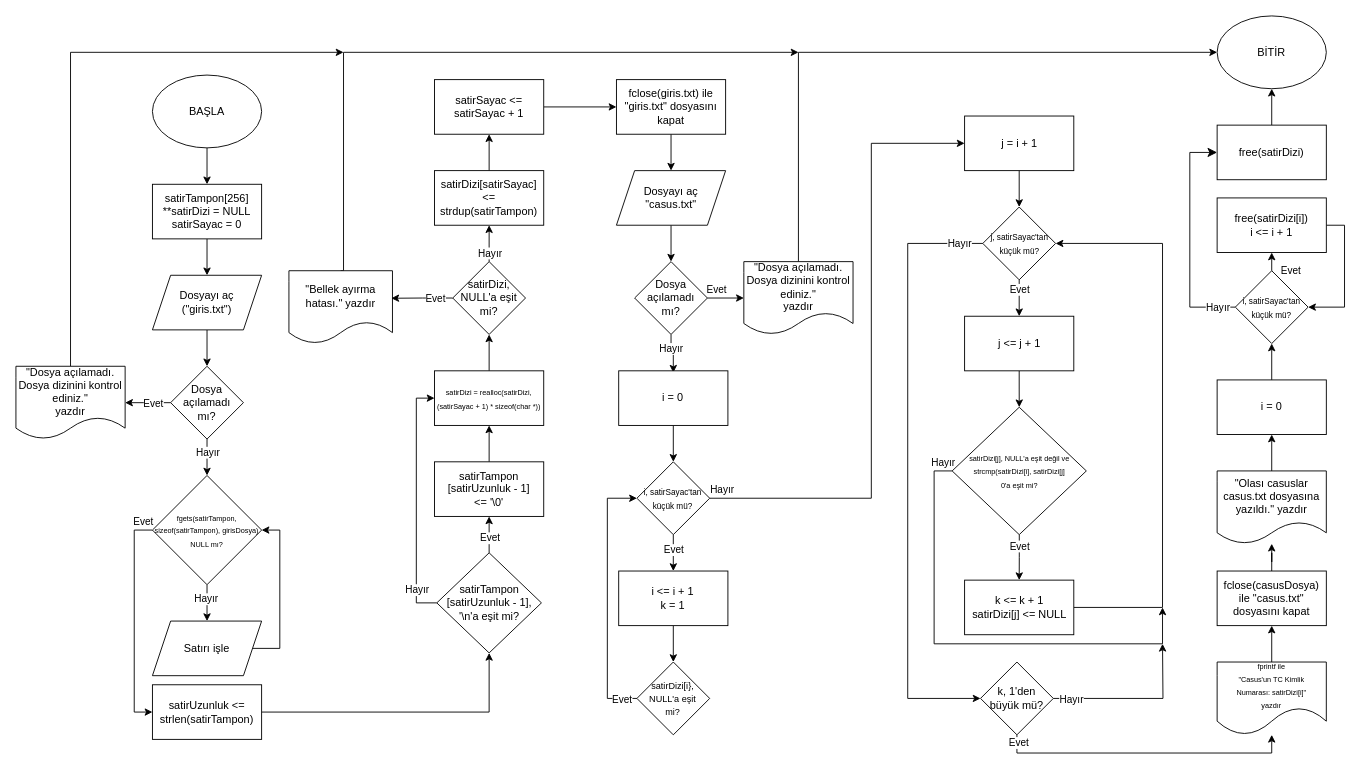
This is flowchart/projeflowchart.drawio from VoltrY/thebigcybersecurityproject, a draw.io file, before an edit. Source tidied: cells renumbered, new cells numbered last; positions are measured from the earlier drawing's top-left corner, leaving out a move shared by most shapes. Both pictures are drawn from the tidied source at 91%, with x=0, y=0 at pixel (15, 15).
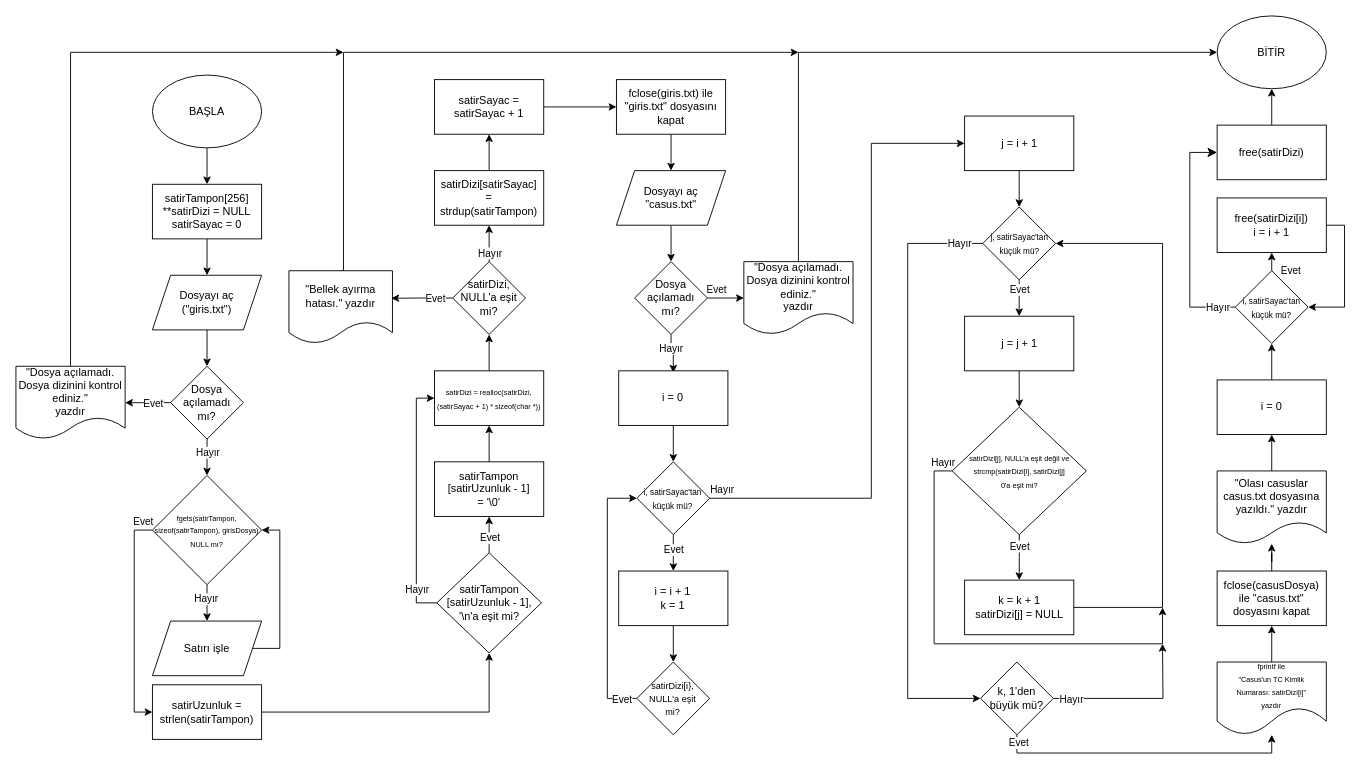
The same diagram, later.

The edit, as a diff of the source:
```diff
@@
-    <mxCell id="16" value="satirUzunluk &amp;lt;= strlen(satirTampon)" style="whiteSpace=wrap;html=1;rounded=0;" parent="1" vertex="1">
+    <mxCell id="16" value="satirUzunluk = strlen(satirTampon)" style="whiteSpace=wrap;html=1;rounded=0;" parent="1" vertex="1">
       <mxGeometry x="150" y="735" width="120" height="60" as="geometry" />
     </mxCell>
@@
-    <mxCell id="23" value="&lt;div&gt;satirTampon&lt;/div&gt;&lt;div&gt;[satirUzunluk - 1]&lt;/div&gt;&lt;div&gt;&amp;lt;= '\0'&lt;/div&gt;" style="whiteSpace=wrap;html=1;rounded=0;" parent="1" vertex="1">
+    <mxCell id="23" value="&lt;div&gt;satirTampon&lt;/div&gt;&lt;div&gt;[satirUzunluk - 1]&lt;/div&gt;&lt;div&gt;&lt;span class=&quot;mw-page-title-main&quot;&gt;&lt;font style=&quot;font-size: 12px;&quot;&gt;= &lt;/font&gt;&lt;/span&gt;'\0'&lt;/div&gt;" style="whiteSpace=wrap;html=1;rounded=0;" parent="1" vertex="1">
       <mxGeometry x="460" y="490" width="120" height="60" as="geometry" />
     </mxCell>
@@
-    <mxCell id="25" value="&lt;div&gt;satirDizi[satirSayac]&lt;/div&gt;&lt;div&gt;&amp;lt;= strdup(satirTampon)&lt;br&gt;&lt;/div&gt;" style="whiteSpace=wrap;html=1;rounded=0;" parent="1" vertex="1">
+    <mxCell id="25" value="&lt;div&gt;satirDizi[satirSayac]&lt;/div&gt;&lt;div&gt;&lt;span class=&quot;mw-page-title-main&quot;&gt;=&lt;br&gt;&lt;/span&gt;&lt;/div&gt;&lt;div&gt;strdup(satirTampon)&lt;br&gt;&lt;/div&gt;" style="whiteSpace=wrap;html=1;rounded=0;" parent="1" vertex="1">
       <mxGeometry x="460" y="170" width="120" height="60" as="geometry" />
     </mxCell>
@@
-    <mxCell id="27" value="satirSayac &amp;lt;= satirSayac + 1" style="whiteSpace=wrap;html=1;rounded=0;" parent="1" vertex="1">
+    <mxCell id="27" value="satirSayac = satirSayac + 1" style="whiteSpace=wrap;html=1;rounded=0;" parent="1" vertex="1">
       <mxGeometry x="460" y="70" width="120" height="60" as="geometry" />
     </mxCell>
@@
-    <mxCell id="52" value="i &amp;lt;= i + 1&lt;br&gt;&lt;div&gt;k = 1&lt;/div&gt;" style="whiteSpace=wrap;html=1;rounded=0;" parent="1" vertex="1">
+    <mxCell id="52" value="i = i + 1&lt;br&gt;&lt;div&gt;k = 1&lt;/div&gt;" style="whiteSpace=wrap;html=1;rounded=0;" parent="1" vertex="1">
       <mxGeometry x="662.4" y="610" width="120" height="60" as="geometry" />
     </mxCell>
@@
-    <mxCell id="69" value="&lt;div&gt;k &amp;lt;= k + 1&lt;/div&gt;&lt;div&gt;satirDizi[j] &amp;lt;= NULL&lt;br&gt;&lt;/div&gt;" style="whiteSpace=wrap;html=1;rounded=0;" parent="1" vertex="1">
+    <mxCell id="69" value="&lt;div&gt;k = k + 1&lt;/div&gt;&lt;div&gt;satirDizi[j] = NULL&lt;br&gt;&lt;/div&gt;" style="whiteSpace=wrap;html=1;rounded=0;" parent="1" vertex="1">
       <mxGeometry x="1042.5" y="620" width="120" height="60" as="geometry" />
     </mxCell>
@@
-    <mxCell id="71" value="j &amp;lt;= j + 1" style="rounded=0;whiteSpace=wrap;html=1;" parent="1" vertex="1">
+    <mxCell id="71" value="j = j + 1" style="rounded=0;whiteSpace=wrap;html=1;" parent="1" vertex="1">
       <mxGeometry x="1042.5" y="330" width="120" height="60" as="geometry" />
     </mxCell>
@@
-    <mxCell id="101" value="&lt;div&gt;free(satirDizi[i])&lt;/div&gt;i &amp;lt;= i + 1" style="whiteSpace=wrap;html=1;rounded=0;" parent="1" vertex="1">
+    <mxCell id="101" value="&lt;div&gt;free(satirDizi[i])&lt;/div&gt;i = i + 1" style="whiteSpace=wrap;html=1;rounded=0;" parent="1" vertex="1">
       <mxGeometry x="1320" y="200" width="120" height="60" as="geometry" />
     </mxCell>
```
